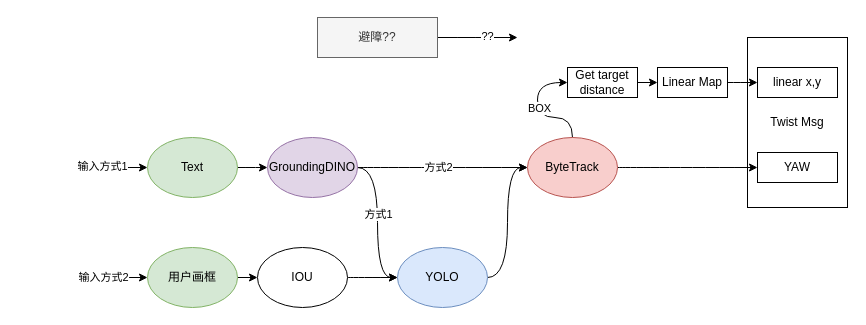
Earlier version of the draw.io diagram LLM/经典跟踪方法.drawio (mailonghua/drawio). Source tidied: cells renumbered, new cells numbered last; positions are measured from the earlier drawing's top-left corner, leaving out a move shared by most shapes. Both pictures are drawn from the tidied source at 100%, with x=0, y=0 at pixel (87, 17).
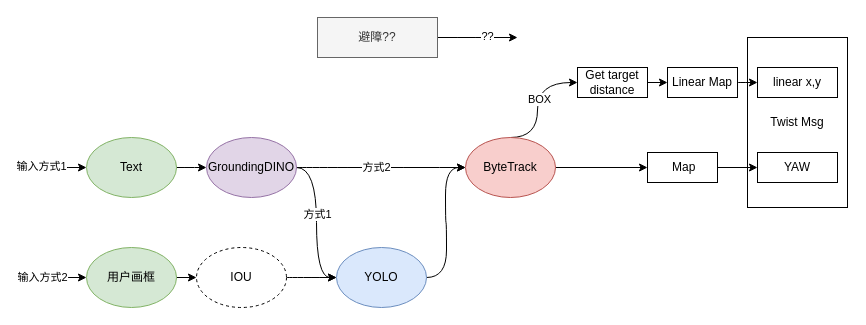
The same page after the edit.

Commit message:
更新经典跟踪方法.drawio

The change refers to these unchanged cells:
```xml
<mxCell id="24" value="YAW" style="whiteSpace=wrap;html=1;" parent="1" vertex="1">
  <mxGeometry x="670" y="135" width="80" height="30" as="geometry" />
</mxCell>
```

Change to the diagram source:
```diff
@@
     <mxCell id="4" style="edgeStyle=orthogonalEdgeStyle;curved=1;rounded=0;jettySize=auto;html=1;exitX=0;exitY=0.5;exitDx=0;exitDy=0;startArrow=classic;startFill=1;endArrow=none;endFill=0;" parent="1" edge="1" source="6">
       <mxGeometry relative="1" as="geometry">
-        <mxPoint y="260.2" as="targetPoint" />
+        <mxPoint x="-61" y="260.2" as="targetPoint" />
       </mxGeometry>
     </mxCell>
@@
     <mxCell id="6" value="用户画框" style="ellipse;whiteSpace=wrap;html=1;fillColor=#d5e8d4;strokeColor=#82b366;" parent="1" vertex="1">
-      <mxGeometry x="60" y="230" width="90" height="60" as="geometry" />
+      <mxGeometry x="-1" y="230" width="90" height="60" as="geometry" />
     </mxCell>
@@
-    <mxCell id="8" value="IOU" style="ellipse;whiteSpace=wrap;html=1;" parent="1" vertex="1">
-      <mxGeometry x="170" y="230" width="90" height="60" as="geometry" />
+    <mxCell id="8" value="IOU" style="ellipse;whiteSpace=wrap;html=1;dashed=1;" parent="1" vertex="1">
+      <mxGeometry x="109" y="230" width="90" height="60" as="geometry" />
     </mxCell>
@@
     <mxCell id="10" style="edgeStyle=orthogonalEdgeStyle;curved=1;rounded=0;jettySize=auto;html=1;exitX=0.5;exitY=0;exitDx=0;exitDy=0;entryX=0;entryY=0.5;entryDx=0;entryDy=0;" parent="1" edge="1" source="14" target="27">
       <mxGeometry relative="1" as="geometry">
         <Array as="points">
-          <mxPoint x="485" y="100" />
-          <mxPoint x="450" y="100" />
+          <mxPoint x="450" y="120" />
           <mxPoint x="450" y="65" />
         </Array>
       </mxGeometry>
     </mxCell>
@@
     <mxCell id="12" value="YOLO" style="ellipse;whiteSpace=wrap;html=1;fillColor=#dae8fc;strokeColor=#6c8ebf;" parent="1" vertex="1">
-      <mxGeometry x="310" y="230" width="90" height="60" as="geometry" />
+      <mxGeometry x="249" y="230" width="90" height="60" as="geometry" />
     </mxCell>
-    <mxCell id="13" style="edgeStyle=orthogonalEdgeStyle;curved=1;rounded=0;jettySize=auto;html=1;" parent="1" edge="1" source="14" target="24">
-      <mxGeometry relative="1" as="geometry" />
-    </mxCell>
+    <mxCell id="33" style="edgeStyle=orthogonalEdgeStyle;rounded=0;jettySize=auto;html=1;exitX=1;exitY=0.5;exitDx=0;exitDy=0;entryX=0;entryY=0.5;entryDx=0;entryDy=0;" parent="1" edge="1" source="14" target="35">
+      <mxGeometry relative="1" as="geometry" />
+    </mxCell>
     <mxCell id="14" value="ByteTrack" style="ellipse;whiteSpace=wrap;html=1;fillColor=#f8cecc;strokeColor=#b85450;" parent="1" vertex="1">
-      <mxGeometry x="440" y="120" width="90" height="60" as="geometry" />
+      <mxGeometry x="378" y="120" width="90" height="60" as="geometry" />
     </mxCell>
@@
     <mxCell id="16" style="edgeStyle=orthogonalEdgeStyle;curved=1;rounded=0;jettySize=auto;html=1;exitX=0;exitY=0.5;exitDx=0;exitDy=0;startArrow=classic;startFill=1;endArrow=none;endFill=0;" parent="1" edge="1" source="18">
       <mxGeometry relative="1" as="geometry">
-        <mxPoint y="150.2" as="targetPoint" />
+        <mxPoint x="-61" y="150.2" as="targetPoint" />
       </mxGeometry>
     </mxCell>
@@
     <mxCell id="18" value="Text" style="ellipse;whiteSpace=wrap;html=1;fillColor=#d5e8d4;strokeColor=#82b366;" parent="1" vertex="1">
-      <mxGeometry x="60" y="120" width="90" height="60" as="geometry" />
+      <mxGeometry x="-1" y="120" width="90" height="60" as="geometry" />
     </mxCell>
@@
     <mxCell id="23" value="GroundingDINO" style="ellipse;whiteSpace=wrap;html=1;fillColor=#e1d5e7;strokeColor=#9673a6;" parent="1" vertex="1">
-      <mxGeometry x="180" y="120" width="90" height="60" as="geometry" />
+      <mxGeometry x="119" y="120" width="90" height="60" as="geometry" />
     </mxCell>
@@
     <mxCell id="27" value="Get target distance" style="rounded=0;whiteSpace=wrap;html=1;" parent="1" vertex="1">
-      <mxGeometry x="480" y="50" width="70" height="30" as="geometry" />
+      <mxGeometry x="490" y="50" width="70" height="30" as="geometry" />
     </mxCell>
@@
     <mxCell id="29" value="Linear Map" style="rounded=0;whiteSpace=wrap;html=1;" parent="1" vertex="1">
-      <mxGeometry x="570" y="50" width="70" height="30" as="geometry" />
+      <mxGeometry x="580" y="50" width="70" height="30" as="geometry" />
     </mxCell>
@@
+    <mxCell id="34" style="edgeStyle=orthogonalEdgeStyle;rounded=0;jettySize=auto;html=1;exitX=1;exitY=0.5;exitDx=0;exitDy=0;" parent="1" edge="1" source="35" target="24">
+      <mxGeometry relative="1" as="geometry" />
+    </mxCell>
+    <mxCell id="35" value="&amp;nbsp;Map" style="rounded=0;whiteSpace=wrap;html=1;" parent="1" vertex="1">
+      <mxGeometry x="560" y="135" width="70" height="30" as="geometry" />
+    </mxCell>
```
